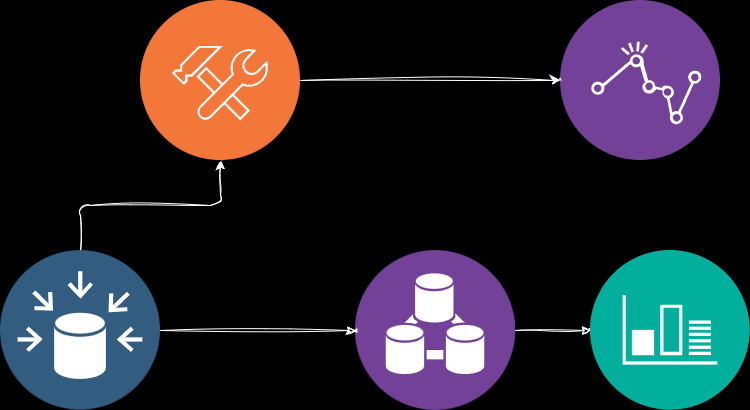
Earlier version of the draw.io export BI/Project_BI/Diagrams/BI_DataArch.png (vmbayona/Ares). Source tidied: cells renumbered, new cells last; positions are measured from the earlier drawing's top-left corner, leaving out a move shared by most shapes. Source of this version:
```xml
<mxGraphModel background="#000000">
  <root>
    <mxCell id="0" />
    <mxCell id="1" parent="0" />
    <mxCell id="2" style="edgeStyle=orthogonalEdgeStyle;rounded=1;sketch=1;hachureGap=4;jiggle=2;curveFitting=1;jettySize=auto;html=1;fontFamily=Architects Daughter;fontSource=https%3A%2F%2Ffonts.googleapis.com%2Fcss%3Ffamily%3DArchitects%2BDaughter;fontSize=16;strokeColor=#FFFFFF;" parent="1" edge="1" source="3" target="8">
      <mxGeometry relative="1" as="geometry" />
    </mxCell>
    <mxCell id="3" style="image;perimeter=ellipsePerimeter;html=1;align=center;shadow=0;dashed=0;fontColor=#4277BB;labelBackgroundColor=default;fontSize=12;spacingTop=3;image=img/lib/ibm/analytics/data_integration.svg;sketch=1;curveFitting=1;jiggle=2;rounded=1;" parent="1" vertex="1">
      <mxGeometry x="355" y="250" width="160" height="160" as="geometry" />
    </mxCell>
    <mxCell id="4" style="image;perimeter=ellipsePerimeter;html=1;align=center;shadow=0;dashed=0;fontColor=#4277BB;labelBackgroundColor=default;fontSize=12;spacingTop=3;image=img/lib/ibm/analytics/analytics.svg;sketch=1;curveFitting=1;jiggle=2;rounded=1;" parent="1" vertex="1">
      <mxGeometry x="560" width="160" height="160" as="geometry" />
    </mxCell>
    <mxCell id="5" style="edgeStyle=orthogonalEdgeStyle;rounded=1;sketch=1;hachureGap=4;jiggle=2;curveFitting=1;jettySize=auto;html=1;fontFamily=Architects Daughter;fontSource=https%3A%2F%2Ffonts.googleapis.com%2Fcss%3Ffamily%3DArchitects%2BDaughter;fontSize=16;strokeColor=#FFFFFF;" parent="1" edge="1" source="7" target="3">
      <mxGeometry relative="1" as="geometry" />
    </mxCell>
    <mxCell id="6" style="edgeStyle=orthogonalEdgeStyle;rounded=1;sketch=1;hachureGap=4;jiggle=2;curveFitting=1;jettySize=auto;html=1;fontFamily=Architects Daughter;fontSource=https%3A%2F%2Ffonts.googleapis.com%2Fcss%3Ffamily%3DArchitects%2BDaughter;fontSize=16;strokeColor=#FFFFFF;" parent="1" edge="1" source="7" target="10">
      <mxGeometry relative="1" as="geometry" />
    </mxCell>
    <mxCell id="7" style="image;perimeter=ellipsePerimeter;html=1;align=center;shadow=0;dashed=0;fontColor=#4277BB;labelBackgroundColor=default;fontSize=12;spacingTop=3;image=img/lib/ibm/data/data_sources.svg;sketch=1;curveFitting=1;jiggle=2;rounded=1;" parent="1" vertex="1">
      <mxGeometry y="250" width="160" height="160" as="geometry" />
    </mxCell>
    <mxCell id="8" style="image;perimeter=ellipsePerimeter;html=1;align=center;shadow=0;dashed=0;fontColor=#4277BB;labelBackgroundColor=default;fontSize=12;spacingTop=3;image=img/lib/ibm/management/monitoring_metrics.svg;sketch=1;curveFitting=1;jiggle=2;rounded=1;" parent="1" vertex="1">
      <mxGeometry x="590" y="250" width="160" height="160" as="geometry" />
    </mxCell>
    <mxCell id="9" style="edgeStyle=orthogonalEdgeStyle;rounded=1;sketch=1;hachureGap=4;jiggle=2;curveFitting=1;jettySize=auto;html=1;entryX=0;entryY=0.5;entryDx=0;entryDy=0;fontFamily=Architects Daughter;fontSource=https%3A%2F%2Ffonts.googleapis.com%2Fcss%3Ffamily%3DArchitects%2BDaughter;fontSize=16;strokeColor=#FFFFFF;" parent="1" edge="1" source="10" target="4">
      <mxGeometry relative="1" as="geometry" />
    </mxCell>
    <mxCell id="10" style="image;perimeter=ellipsePerimeter;html=1;align=center;shadow=0;dashed=0;fontColor=#4277BB;labelBackgroundColor=default;fontSize=12;spacingTop=3;image=img/lib/ibm/devops/configuration_management.svg;sketch=1;curveFitting=1;jiggle=2;rounded=1;" parent="1" vertex="1">
      <mxGeometry x="140" width="160" height="160" as="geometry" />
    </mxCell>
  </root>
</mxGraphModel>
```
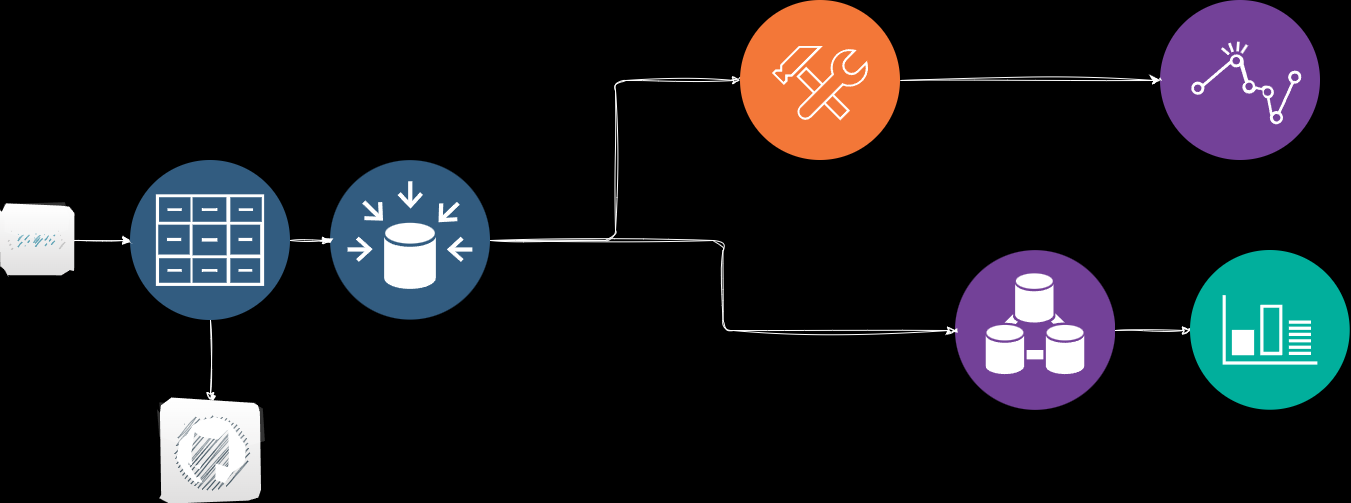
After the commit.

Diff of the diagram source:
```diff
@@ -18,7 +18,7 @@
       <mxGeometry relative="1" as="geometry" />
     </mxCell>
     <mxCell id="7" style="image;perimeter=ellipsePerimeter;html=1;align=center;shadow=0;dashed=0;fontColor=#4277BB;labelBackgroundColor=default;fontSize=12;spacingTop=3;image=img/lib/ibm/data/data_sources.svg;sketch=1;curveFitting=1;jiggle=2;rounded=1;" parent="1" vertex="1">
-      <mxGeometry y="250" width="160" height="160" as="geometry" />
+      <mxGeometry x="-270" y="160" width="160" height="160" as="geometry" />
     </mxCell>
     <mxCell id="8" style="image;perimeter=ellipsePerimeter;html=1;align=center;shadow=0;dashed=0;fontColor=#4277BB;labelBackgroundColor=default;fontSize=12;spacingTop=3;image=img/lib/ibm/management/monitoring_metrics.svg;sketch=1;curveFitting=1;jiggle=2;rounded=1;" parent="1" vertex="1">
       <mxGeometry x="590" y="250" width="160" height="160" as="geometry" />
@@ -29,5 +29,23 @@
     <mxCell id="10" style="image;perimeter=ellipsePerimeter;html=1;align=center;shadow=0;dashed=0;fontColor=#4277BB;labelBackgroundColor=default;fontSize=12;spacingTop=3;image=img/lib/ibm/devops/configuration_management.svg;sketch=1;curveFitting=1;jiggle=2;rounded=1;" parent="1" vertex="1">
       <mxGeometry x="140" width="160" height="160" as="geometry" />
     </mxCell>
+    <mxCell id="11" style="edgeStyle=orthogonalEdgeStyle;rounded=1;sketch=1;hachureGap=4;jiggle=2;curveFitting=1;jettySize=auto;html=1;fontFamily=Architects Daughter;fontSource=https%3A%2F%2Ffonts.googleapis.com%2Fcss%3Ffamily%3DArchitects%2BDaughter;fontSize=16;strokeColor=#FFFFFF;" parent="1" edge="1" source="13" target="14">
+      <mxGeometry relative="1" as="geometry" />
+    </mxCell>
+    <mxCell id="12" style="edgeStyle=orthogonalEdgeStyle;rounded=1;sketch=1;hachureGap=4;jiggle=2;curveFitting=1;jettySize=auto;html=1;fontFamily=Architects Daughter;fontSource=https%3A%2F%2Ffonts.googleapis.com%2Fcss%3Ffamily%3DArchitects%2BDaughter;fontSize=16;strokeColor=#FFFFFF;" parent="1" edge="1" source="13" target="7">
+      <mxGeometry relative="1" as="geometry" />
+    </mxCell>
+    <mxCell id="13" style="image;perimeter=ellipsePerimeter;html=1;align=center;shadow=0;dashed=0;fontColor=#4277BB;labelBackgroundColor=default;fontSize=12;spacingTop=3;image=img/lib/ibm/data/file_repository.svg;rounded=1;sketch=1;hachureGap=4;jiggle=2;curveFitting=1;fontFamily=Architects Daughter;fontSource=https%3A%2F%2Ffonts.googleapis.com%2Fcss%3Ffamily%3DArchitects%2BDaughter;" parent="1" vertex="1">
+      <mxGeometry x="-470" y="160" width="160" height="160" as="geometry" />
+    </mxCell>
+    <mxCell id="14" style="dashed=0;outlineConnect=0;html=1;align=center;labelPosition=center;verticalLabelPosition=bottom;verticalAlign=top;shape=mxgraph.webicons.github;gradientColor=#DFDEDE;rounded=1;sketch=1;hachureGap=4;jiggle=2;curveFitting=1;fontFamily=Architects Daughter;fontSource=https%3A%2F%2Ffonts.googleapis.com%2Fcss%3Ffamily%3DArchitects%2BDaughter;fontSize=20;" parent="1" vertex="1">
+      <mxGeometry x="-441.2" y="400" width="102.4" height="102.4" as="geometry" />
+    </mxCell>
+    <mxCell id="15" style="edgeStyle=orthogonalEdgeStyle;rounded=1;sketch=1;hachureGap=4;jiggle=2;curveFitting=1;jettySize=auto;html=1;entryX=0;entryY=0.5;entryDx=0;entryDy=0;fontFamily=Architects Daughter;fontSource=https%3A%2F%2Ffonts.googleapis.com%2Fcss%3Ffamily%3DArchitects%2BDaughter;fontSize=16;strokeColor=#FFFFFF;" parent="1" edge="1" source="16" target="13">
+      <mxGeometry relative="1" as="geometry" />
+    </mxCell>
+    <mxCell id="16" style="dashed=0;outlineConnect=0;html=1;align=center;labelPosition=center;verticalLabelPosition=bottom;verticalAlign=top;shape=mxgraph.webicons.json_2;gradientColor=#DFDEDE;rounded=1;sketch=1;hachureGap=4;jiggle=2;curveFitting=1;fontFamily=Architects Daughter;fontSource=https%3A%2F%2Ffonts.googleapis.com%2Fcss%3Ffamily%3DArchitects%2BDaughter;fontSize=20;" parent="1" vertex="1">
+      <mxGeometry x="-600" y="205" width="70" height="70" as="geometry" />
+    </mxCell>
   </root>
 </mxGraphModel>
```
